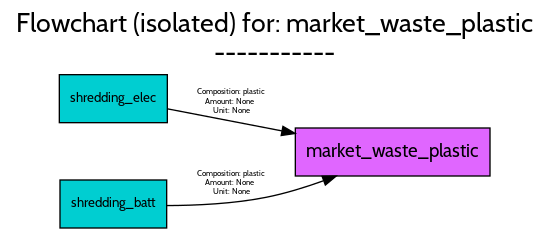
Above: src/examples/ELV/figures/flowcharts/processes/png/market_waste_plastic.png in FutuRaM-Project/Recovery-Model (Graphviz), before the change. Its source is kept beside it as src/examples/ELV/figures/flowcharts/processes/dot/market_waste_plastic.dot. Its diagram source:
```dot
digraph {
	graph [bb="0,0,404,167",
		font=Cabin,
		fontname=Cabin,
		fontsize=20,
		label="Flowchart (isolated) for: market_waste_plastic
-----------",
		labeljust=c,
		labelloc=tc,
		lheight=0.61,
		lp="202,141",
		lwidth=5.39,
		nodesep=0.6,
		rankdir=LR,
		ranksep=0.6
	];
	node [label="\N"];
	market_waste_plastic	[fillcolor=mediumorchid1,
		fontname=Cabin,
		fontsize=14,
		height=0.5,
		pos="290.5,57",
		shape=box,
		style=filled,
		width=2.0278];
	shredding_elec	[fillcolor=darkturquoise,
		fontname=Cabin,
		fontsize=10,
		height=0.5,
		pos="81,97",
		shape=box,
		style=filled,
		width=1.125];
	shredding_elec -> market_waste_plastic	[color=black,
		fontname=Cabin,
		fontsize=6,
		label="Composition: plastic
Amount: None
Unit: None",
		lp="169.5,94.5",
		pos="e,217.37,70.905 121.52,89.382 145.82,84.698 177.86,78.52 207.45,72.817"];
	shredding_batt	[fillcolor=darkturquoise,
		fontname=Cabin,
		fontsize=10,
		height=0.5,
		pos="81,18",
		shape=box,
		style=filled,
		width=1.1111];
	shredding_batt -> market_waste_plastic	[color=black,
		fontname=Cabin,
		fontsize=6,
		label="Composition: plastic
Amount: None
Unit: None",
		lp="169.5,33.5",
		pos="e,248.16,38.984 121.22,16.823 143.25,16.885 171.12,18.171 195.5,23 209.75,25.822 224.72,30.432 238.43,35.36"];
}
```
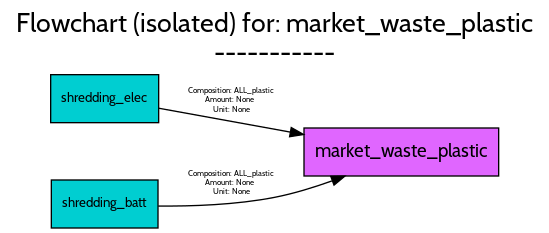
Later version of the same file.

Change to the diagram source:
```diff
@@ -19,7 +19,7 @@
 		fontname=Cabin,
 		fontsize=14,
 		height=0.5,
-		pos="290.5,57",
+		pos="297,57",
 		shape=box,
 		style=filled,
 		width=2.0278];
@@ -27,32 +27,32 @@
 		fontname=Cabin,
 		fontsize=10,
 		height=0.5,
-		pos="81,97",
+		pos="74.5,97",
 		shape=box,
 		style=filled,
 		width=1.125];
 	shredding_elec -> market_waste_plastic	[color=black,
 		fontname=Cabin,
 		fontsize=6,
-		label="Composition: plastic
+		label="Composition: ALL_plastic
 Amount: None
 Unit: None",
-		lp="169.5,94.5",
-		pos="e,217.37,70.905 121.52,89.382 145.82,84.698 177.86,78.52 207.45,72.817"];
+		lp="169.5,95.5",
+		pos="e,223.66,70.123 115.18,89.803 142.6,84.828 180.07,78.03 213.79,71.913"];
 	shredding_batt	[fillcolor=darkturquoise,
 		fontname=Cabin,
 		fontsize=10,
 		height=0.5,
-		pos="81,18",
+		pos="74.5,18",
 		shape=box,
 		style=filled,
 		width=1.1111];
 	shredding_batt -> market_waste_plastic	[color=black,
 		fontname=Cabin,
 		fontsize=6,
-		label="Composition: plastic
+		label="Composition: ALL_plastic
 Amount: None
 Unit: None",
 		lp="169.5,33.5",
-		pos="e,248.16,38.984 121.22,16.823 143.25,16.885 171.12,18.171 195.5,23 209.75,25.822 224.72,30.432 238.43,35.36"];
+		pos="e,254.67,38.941 114.61,16.47 139.79,16.238 173.1,17.343 202,23 216.25,25.79 231.23,30.389 244.94,35.316"];
 }
```
